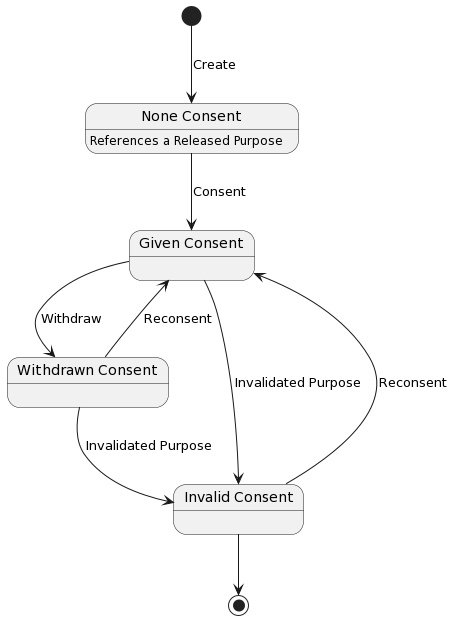
This is docs/consent_state.png from kuromogeko/graal-consent, a PlantUML export, as it was before one commit.
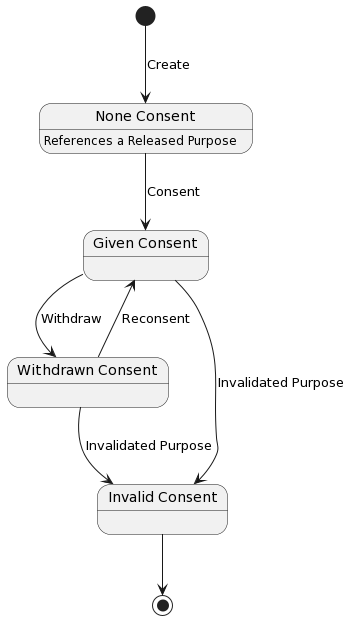
Later version of the same file.

Commit message:
Correction of domain model. Reconsenting an invalid consent

The edit, as a diff of the source:
```diff
@@ -11,6 +11,5 @@
 wc --> gc: Reconsent
 wc --> ic : Invalidated Purpose
 gc --> ic : Invalidated Purpose
-ic --> gc : Reconsent
 ic --> [*]
 @enduml
```
